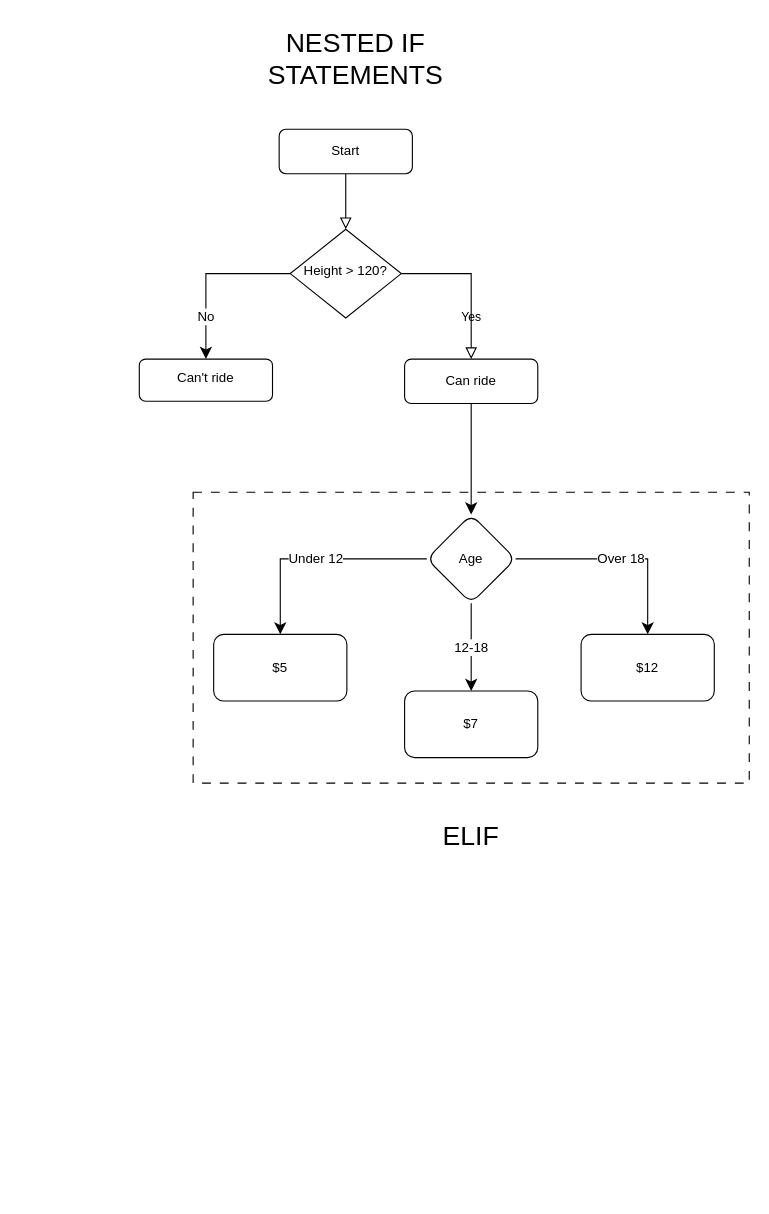
The draw.io diagram Python Crash Course/100Days/Python Flowchart.drawio in sdathompson/Crash-Course-Collection, before the edit. Source tidied: cells renumbered, new cells numbered last; positions are measured from the earlier drawing's top-left corner, leaving out a move shared by most shapes. Both pictures are drawn from the tidied source at 111%, with x=0, y=0 at pixel (139, 19).
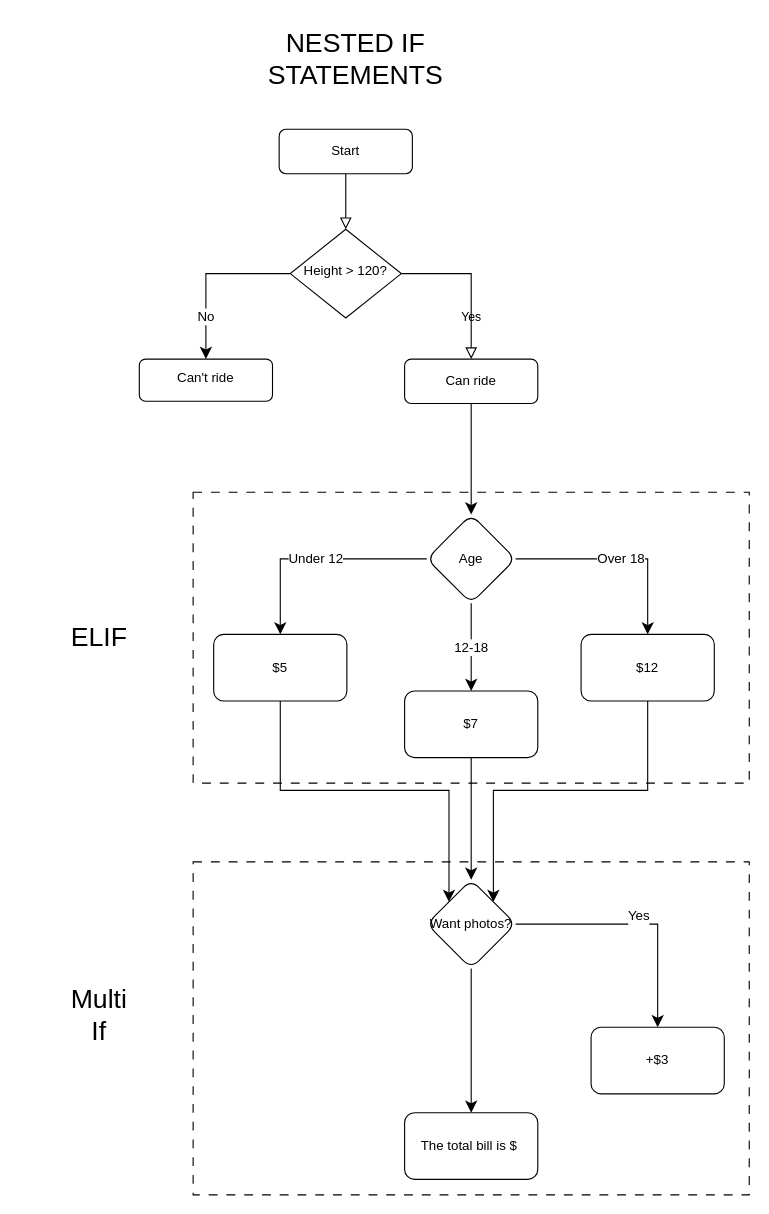
After the change.

The change refers to these unchanged cells:
```xml
<mxCell id="15" value="$12" style="whiteSpace=wrap;html=1;rounded=1;glass=0;strokeWidth=1;shadow=0;" parent="1" vertex="1">
  <mxGeometry x="398" y="554" width="120" height="60" as="geometry" />
</mxCell>
<mxCell id="16" value="$5" style="whiteSpace=wrap;html=1;rounded=1;glass=0;strokeWidth=1;shadow=0;" parent="1" vertex="1">
  <mxGeometry x="67" y="554" width="120" height="60" as="geometry" />
</mxCell>
<mxCell id="19" value="$7" style="whiteSpace=wrap;html=1;rounded=1;glass=0;strokeWidth=1;shadow=0;" parent="1" vertex="1">
  <mxGeometry x="239" y="605" width="120" height="60" as="geometry" />
</mxCell>
```

What changed in the source:
```diff
@@
+    <mxCell id="20" style="edgeStyle=orthogonalEdgeStyle;rounded=0;jettySize=auto;html=1;exitX=0.5;exitY=1;exitDx=0;exitDy=0;entryX=1;entryY=0;entryDx=0;entryDy=0;fontSize=12;startSize=8;endSize=8;" parent="1" edge="1" source="15" target="25">
+      <mxGeometry relative="1" as="geometry" />
+    </mxCell>
@@
+    <mxCell id="21" style="edgeStyle=orthogonalEdgeStyle;rounded=0;jettySize=auto;html=1;exitX=0.5;exitY=1;exitDx=0;exitDy=0;entryX=0;entryY=0;entryDx=0;entryDy=0;fontSize=12;startSize=8;endSize=8;" parent="1" edge="1" source="16" target="25">
+      <mxGeometry relative="1" as="geometry" />
+    </mxCell>
@@
     <mxCell id="18" value="&lt;span style=&quot;font-size: 24px;&quot;&gt;ELIF&lt;/span&gt;" style="text;html=1;align=center;verticalAlign=middle;whiteSpace=wrap;rounded=0;" parent="1" vertex="1">
-      <mxGeometry x="227" y="700" width="144" height="72" as="geometry" />
+      <mxGeometry x="-108" y="521" width="144" height="72" as="geometry" />
     </mxCell>
+    <mxCell id="22" style="edgeStyle=none;curved=1;rounded=0;jettySize=auto;html=1;fontSize=12;startSize=8;endSize=8;" parent="1" edge="1" source="19" target="25">
+      <mxGeometry relative="1" as="geometry" />
+    </mxCell>
@@
+    <mxCell id="23" value="Yes&lt;div&gt;&lt;br&gt;&lt;/div&gt;" style="edgeStyle=orthogonalEdgeStyle;rounded=0;jettySize=auto;html=1;fontSize=12;startSize=8;endSize=8;" parent="1" edge="1" source="25" target="26">
+      <mxGeometry relative="1" as="geometry" />
+    </mxCell>
+    <mxCell id="24" style="edgeStyle=none;curved=1;rounded=0;jettySize=auto;html=1;fontSize=12;startSize=8;endSize=8;" parent="1" edge="1" source="25" target="27">
+      <mxGeometry relative="1" as="geometry" />
+    </mxCell>
+    <mxCell id="25" value="Want photos?" style="rhombus;whiteSpace=wrap;html=1;rounded=1;glass=0;strokeWidth=1;shadow=0;" parent="1" vertex="1">
+      <mxGeometry x="259" y="775" width="80" height="80" as="geometry" />
+    </mxCell>
+    <mxCell id="26" value="+$3" style="whiteSpace=wrap;html=1;rounded=1;glass=0;strokeWidth=1;shadow=0;" parent="1" vertex="1">
+      <mxGeometry x="407" y="908" width="120" height="60" as="geometry" />
+    </mxCell>
+    <mxCell id="27" value="The total bill is $&amp;nbsp;" style="whiteSpace=wrap;html=1;rounded=1;glass=0;strokeWidth=1;shadow=0;" parent="1" vertex="1">
+      <mxGeometry x="239" y="985" width="120" height="60" as="geometry" />
+    </mxCell>
+    <mxCell id="28" style="rounded=0;whiteSpace=wrap;html=1;fillColor=none;dashed=1;dashPattern=8 8;strokeColor=light-dark(#000000,#99CCFF);" parent="1" vertex="1">
+      <mxGeometry x="48.5" y="759" width="501" height="300" as="geometry" />
+    </mxCell>
+    <mxCell id="29" value="&lt;span style=&quot;font-size: 24px;&quot;&gt;Multi&lt;/span&gt;&lt;div&gt;&lt;span style=&quot;font-size: 24px;&quot;&gt;If&lt;/span&gt;&lt;/div&gt;" style="text;html=1;align=center;verticalAlign=middle;whiteSpace=wrap;rounded=0;" parent="1" vertex="1">
+      <mxGeometry x="-108" y="861" width="144" height="72" as="geometry" />
+    </mxCell>
```
